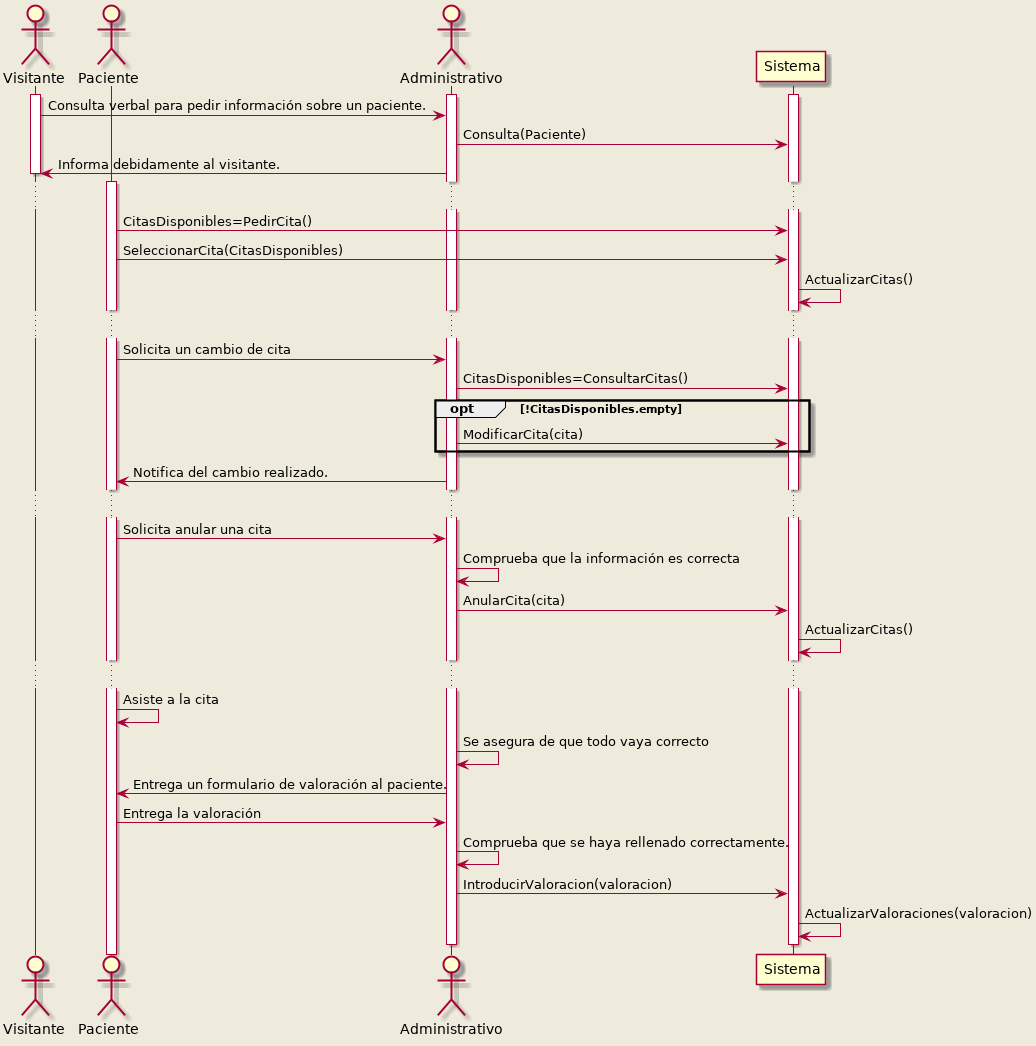
Earlier version of the PlantUML export P3/mostradorPacienteConsulta.png (Ludvins/DGIIM_FIS). The source it was exported from:
```plantuml
@startuml
!pragma teoz true

skinparam backgroundColor #EEEBDC




actor Visitante as Visi
actor Paciente as P
actor Administrativo as Ad
participant Sistema as Sis

activate Sis
activate Ad
activate Visi

Visi -> Ad : Consulta verbal para pedir información sobre un paciente.
Ad -> Sis : Consulta(Paciente)
Ad -> Visi : Informa debidamente al visitante.
deactivate Visi
activate P

...

P -> Sis : CitasDisponibles=PedirCita()
P -> Sis : SeleccionarCita(CitasDisponibles)
Sis -> Sis : ActualizarCitas()

...
P -> Ad : Solicita un cambio de cita
Ad -> Sis : CitasDisponibles=ConsultarCitas()
opt !CitasDisponibles.empty
  Ad -> Sis : ModificarCita(cita)
end
Ad -> P : Notifica del cambio realizado.

...

P -> Ad : Solicita anular una cita
Ad -> Ad : Comprueba que la información es correcta
Ad -> Sis : AnularCita(cita)
Sis -> Sis : ActualizarCitas()

...

P -> P : Asiste a la cita
Ad -> Ad : Se asegura de que todo vaya correcto
Ad -> P : Entrega un formulario de valoración al paciente.
P -> Ad : Entrega la valoración
Ad -> Ad : Comprueba que se haya rellenado correctamente.
Ad -> Sis : IntroducirValoracion(valoracion)
Sis -> Sis : ActualizarValoraciones(valoracion)


deactivate Ad
deactivate Sis
@endumls
```
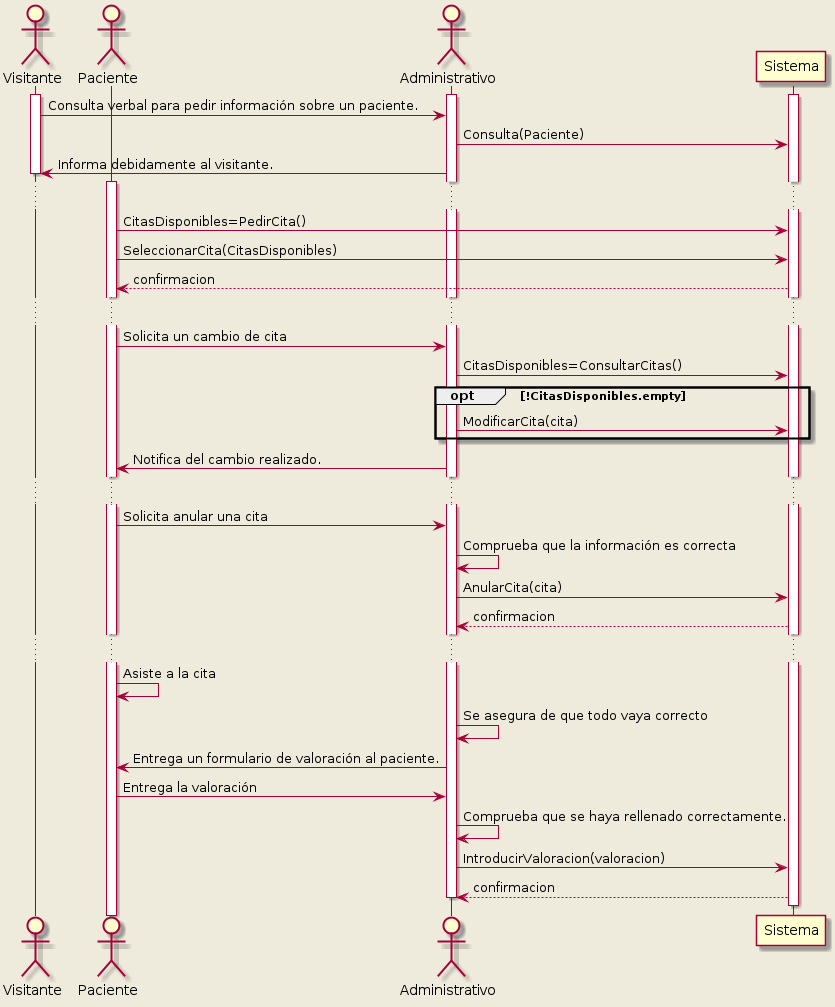
After the change.

Commit message:
Arreglado diagramas secuencia Laura

Diff of the diagram source:
```diff
@@ -25,7 +25,7 @@
 
 P -> Sis : CitasDisponibles=PedirCita()
 P -> Sis : SeleccionarCita(CitasDisponibles)
-Sis -> Sis : ActualizarCitas()
+Sis --> P : confirmacion
 
 ...
 P -> Ad : Solicita un cambio de cita
@@ -40,7 +40,7 @@
 P -> Ad : Solicita anular una cita
 Ad -> Ad : Comprueba que la información es correcta
 Ad -> Sis : AnularCita(cita)
-Sis -> Sis : ActualizarCitas()
+Sis --> Ad : confirmacion
 
 ...
 
@@ -50,7 +50,7 @@
 P -> Ad : Entrega la valoración
 Ad -> Ad : Comprueba que se haya rellenado correctamente.
 Ad -> Sis : IntroducirValoracion(valoracion)
-Sis -> Sis : ActualizarValoraciones(valoracion)
+Sis --> Ad : confirmacion
 
 
 deactivate Ad
```
